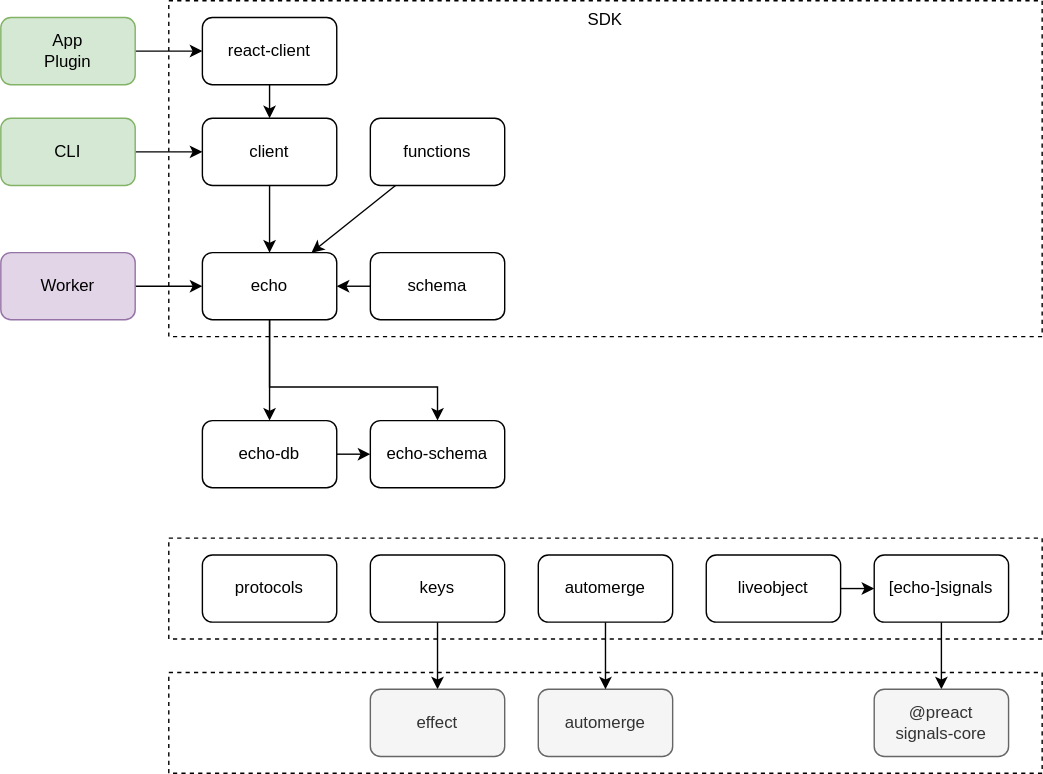
Before: packages/core/echo/echo/docs/dependencies.drawio.svg, a diagram exported from draw.io (dxos/dxos). Source tidied: cells renumbered, new cells last; positions are measured from the earlier drawing's top-left corner, leaving out a move shared by most shapes. Source of this version:
```xml
<mxGraphModel>
  <root>
    <mxCell id="0" />
    <mxCell id="1" parent="0" />
    <mxCell id="2" value="SDK" style="rounded=0;whiteSpace=wrap;html=1;fillColor=none;dashed=1;verticalAlign=top;" parent="1" vertex="1">
      <mxGeometry x="120" width="624" height="240" as="geometry" />
    </mxCell>
    <mxCell id="3" style="rounded=0;whiteSpace=wrap;html=1;fillColor=none;dashed=1;" parent="1" vertex="1">
      <mxGeometry x="120" y="480" width="624" height="72" as="geometry" />
    </mxCell>
    <mxCell id="4" style="rounded=0;whiteSpace=wrap;html=1;fillColor=none;dashed=1;" parent="1" vertex="1">
      <mxGeometry x="120" y="384" width="624" height="72" as="geometry" />
    </mxCell>
    <mxCell id="5" style="edgeStyle=none;html=1;" parent="1" edge="1" source="7" target="21">
      <mxGeometry relative="1" as="geometry" />
    </mxCell>
    <mxCell id="6" style="edgeStyle=none;html=1;rounded=0;curved=0;" parent="1" edge="1" source="7" target="26">
      <mxGeometry relative="1" as="geometry">
        <Array as="points">
          <mxPoint x="192" y="276" />
          <mxPoint x="312" y="276" />
        </Array>
      </mxGeometry>
    </mxCell>
    <mxCell id="7" value="echo" style="rounded=1;whiteSpace=wrap;html=1;" parent="1" vertex="1">
      <mxGeometry x="144" y="180" width="96" height="48" as="geometry" />
    </mxCell>
    <mxCell id="8" style="edgeStyle=none;html=1;" parent="1" edge="1" source="9" target="10">
      <mxGeometry relative="1" as="geometry" />
    </mxCell>
    <mxCell id="9" value="keys" style="rounded=1;whiteSpace=wrap;html=1;" parent="1" vertex="1">
      <mxGeometry x="264" y="396" width="96" height="48" as="geometry" />
    </mxCell>
    <mxCell id="10" value="effect" style="rounded=1;whiteSpace=wrap;html=1;fillColor=#f5f5f5;fontColor=#333333;strokeColor=#666666;" parent="1" vertex="1">
      <mxGeometry x="264" y="492" width="96" height="48" as="geometry" />
    </mxCell>
    <mxCell id="11" value="automerge" style="rounded=1;whiteSpace=wrap;html=1;fillColor=#f5f5f5;strokeColor=#666666;fontColor=#333333;" parent="1" vertex="1">
      <mxGeometry x="384" y="492" width="96" height="48" as="geometry" />
    </mxCell>
    <mxCell id="12" style="edgeStyle=none;html=1;" parent="1" edge="1" source="13" target="7">
      <mxGeometry relative="1" as="geometry" />
    </mxCell>
    <mxCell id="13" value="client" style="rounded=1;whiteSpace=wrap;html=1;" parent="1" vertex="1">
      <mxGeometry x="144" y="84" width="96" height="48" as="geometry" />
    </mxCell>
    <mxCell id="14" style="edgeStyle=none;html=1;" parent="1" edge="1" source="15" target="13">
      <mxGeometry relative="1" as="geometry" />
    </mxCell>
    <mxCell id="15" value="react-client" style="rounded=1;whiteSpace=wrap;html=1;" parent="1" vertex="1">
      <mxGeometry x="144" y="12" width="96" height="48" as="geometry" />
    </mxCell>
    <mxCell id="16" style="edgeStyle=none;html=1;" parent="1" edge="1" source="17" target="7">
      <mxGeometry relative="1" as="geometry" />
    </mxCell>
    <mxCell id="17" value="schema" style="rounded=1;whiteSpace=wrap;html=1;" parent="1" vertex="1">
      <mxGeometry x="264" y="180" width="96" height="48" as="geometry" />
    </mxCell>
    <mxCell id="18" style="edgeStyle=none;html=1;exitX=1;exitY=0.5;exitDx=0;exitDy=0;" parent="1" edge="1" source="19" target="28">
      <mxGeometry relative="1" as="geometry" />
    </mxCell>
    <mxCell id="19" value="liveobject" style="rounded=1;whiteSpace=wrap;html=1;" parent="1" vertex="1">
      <mxGeometry x="504" y="396" width="96" height="48" as="geometry" />
    </mxCell>
    <mxCell id="20" style="edgeStyle=none;html=1;exitX=1;exitY=0.5;exitDx=0;exitDy=0;" parent="1" edge="1" source="21" target="26">
      <mxGeometry relative="1" as="geometry" />
    </mxCell>
    <mxCell id="21" value="echo-db" style="rounded=1;whiteSpace=wrap;html=1;" parent="1" vertex="1">
      <mxGeometry x="144" y="300" width="96" height="48" as="geometry" />
    </mxCell>
    <mxCell id="22" style="edgeStyle=none;html=1;" parent="1" edge="1" source="23" target="15">
      <mxGeometry relative="1" as="geometry" />
    </mxCell>
    <mxCell id="23" value="App&lt;br&gt;Plugin" style="rounded=1;whiteSpace=wrap;html=1;fillColor=#d5e8d4;strokeColor=#82b366;" parent="1" vertex="1">
      <mxGeometry y="12" width="96" height="48" as="geometry" />
    </mxCell>
    <mxCell id="24" style="edgeStyle=none;html=1;" parent="1" edge="1" source="25" target="7">
      <mxGeometry relative="1" as="geometry">
        <Array as="points">
          <mxPoint x="120" y="204" />
        </Array>
      </mxGeometry>
    </mxCell>
    <mxCell id="25" value="Worker" style="rounded=1;whiteSpace=wrap;html=1;fillColor=#e1d5e7;strokeColor=#9673a6;" parent="1" vertex="1">
      <mxGeometry y="180" width="96" height="48" as="geometry" />
    </mxCell>
    <mxCell id="26" value="echo-schema" style="rounded=1;whiteSpace=wrap;html=1;" parent="1" vertex="1">
      <mxGeometry x="264" y="300" width="96" height="48" as="geometry" />
    </mxCell>
    <mxCell id="27" style="edgeStyle=none;html=1;" parent="1" edge="1" source="28" target="29">
      <mxGeometry relative="1" as="geometry" />
    </mxCell>
    <mxCell id="28" value="[echo-]signals" style="rounded=1;whiteSpace=wrap;html=1;" parent="1" vertex="1">
      <mxGeometry x="624" y="396" width="96" height="48" as="geometry" />
    </mxCell>
    <mxCell id="29" value="@preact&lt;br&gt;signals-core" style="rounded=1;whiteSpace=wrap;html=1;fillColor=#f5f5f5;fontColor=#333333;strokeColor=#666666;" parent="1" vertex="1">
      <mxGeometry x="624" y="492" width="96" height="48" as="geometry" />
    </mxCell>
    <mxCell id="30" style="edgeStyle=none;html=1;" parent="1" edge="1" source="31" target="11">
      <mxGeometry relative="1" as="geometry" />
    </mxCell>
    <mxCell id="31" value="automerge" style="rounded=1;whiteSpace=wrap;html=1;" parent="1" vertex="1">
      <mxGeometry x="384" y="396" width="96" height="48" as="geometry" />
    </mxCell>
    <mxCell id="32" value="protocols" style="rounded=1;whiteSpace=wrap;html=1;" parent="1" vertex="1">
      <mxGeometry x="144" y="396" width="96" height="48" as="geometry" />
    </mxCell>
    <mxCell id="33" style="edgeStyle=none;html=1;" parent="1" edge="1" source="34" target="13">
      <mxGeometry relative="1" as="geometry" />
    </mxCell>
    <mxCell id="34" value="CLI" style="rounded=1;whiteSpace=wrap;html=1;fillColor=#d5e8d4;strokeColor=#82b366;" parent="1" vertex="1">
      <mxGeometry y="84" width="96" height="48" as="geometry" />
    </mxCell>
    <mxCell id="35" style="edgeStyle=none;html=1;" parent="1" edge="1" source="36" target="7">
      <mxGeometry relative="1" as="geometry" />
    </mxCell>
    <mxCell id="36" value="functions" style="rounded=1;whiteSpace=wrap;html=1;" parent="1" vertex="1">
      <mxGeometry x="264" y="84" width="96" height="48" as="geometry" />
    </mxCell>
  </root>
</mxGraphModel>
```
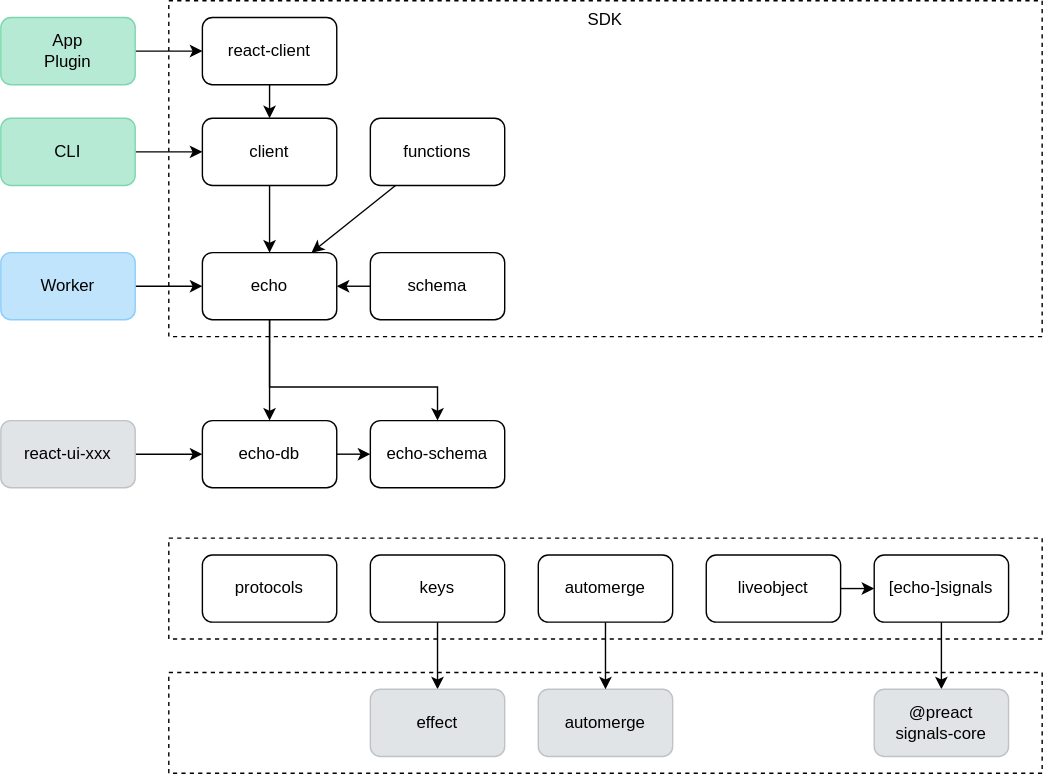
Later version of the same file.

What changed in the source:
```diff
@@ -31,10 +31,10 @@
     <mxCell id="9" value="keys" style="rounded=1;whiteSpace=wrap;html=1;" parent="1" vertex="1">
       <mxGeometry x="264" y="396" width="96" height="48" as="geometry" />
     </mxCell>
-    <mxCell id="10" value="effect" style="rounded=1;whiteSpace=wrap;html=1;fillColor=#f5f5f5;fontColor=#333333;strokeColor=#666666;" parent="1" vertex="1">
+    <mxCell id="10" value="effect" style="rounded=1;whiteSpace=wrap;html=1;fillColor=#E1E4E6;fontColor=#000000;strokeColor=#C0C3C5;" parent="1" vertex="1">
       <mxGeometry x="264" y="492" width="96" height="48" as="geometry" />
     </mxCell>
-    <mxCell id="11" value="automerge" style="rounded=1;whiteSpace=wrap;html=1;fillColor=#f5f5f5;strokeColor=#666666;fontColor=#333333;" parent="1" vertex="1">
+    <mxCell id="11" value="automerge" style="rounded=1;whiteSpace=wrap;html=1;fillColor=#E1E4E6;strokeColor=#C0C3C5;fontColor=#000000;" parent="1" vertex="1">
       <mxGeometry x="384" y="492" width="96" height="48" as="geometry" />
     </mxCell>
     <mxCell id="12" style="edgeStyle=none;html=1;" parent="1" edge="1" source="13" target="7">
@@ -70,7 +70,7 @@
     <mxCell id="22" style="edgeStyle=none;html=1;" parent="1" edge="1" source="23" target="15">
       <mxGeometry relative="1" as="geometry" />
     </mxCell>
-    <mxCell id="23" value="App&lt;br&gt;Plugin" style="rounded=1;whiteSpace=wrap;html=1;fillColor=#d5e8d4;strokeColor=#82b366;" parent="1" vertex="1">
+    <mxCell id="23" value="App&lt;br&gt;Plugin" style="rounded=1;whiteSpace=wrap;html=1;fillColor=#B6EAD5;strokeColor=#7CD7AF;fontColor=#000000;" parent="1" vertex="1">
       <mxGeometry y="12" width="96" height="48" as="geometry" />
     </mxCell>
     <mxCell id="24" style="edgeStyle=none;html=1;" parent="1" edge="1" source="25" target="7">
@@ -80,7 +80,7 @@
         </Array>
       </mxGeometry>
     </mxCell>
-    <mxCell id="25" value="Worker" style="rounded=1;whiteSpace=wrap;html=1;fillColor=#e1d5e7;strokeColor=#9673a6;" parent="1" vertex="1">
+    <mxCell id="25" value="Worker" style="rounded=1;whiteSpace=wrap;html=1;fillColor=#C0E4FC;strokeColor=#8DCDFA;fontColor=#000000;" parent="1" vertex="1">
       <mxGeometry y="180" width="96" height="48" as="geometry" />
     </mxCell>
     <mxCell id="26" value="echo-schema" style="rounded=1;whiteSpace=wrap;html=1;" parent="1" vertex="1">
@@ -92,7 +92,7 @@
     <mxCell id="28" value="[echo-]signals" style="rounded=1;whiteSpace=wrap;html=1;" parent="1" vertex="1">
       <mxGeometry x="624" y="396" width="96" height="48" as="geometry" />
     </mxCell>
-    <mxCell id="29" value="@preact&lt;br&gt;signals-core" style="rounded=1;whiteSpace=wrap;html=1;fillColor=#f5f5f5;fontColor=#333333;strokeColor=#666666;" parent="1" vertex="1">
+    <mxCell id="29" value="@preact&lt;br&gt;signals-core" style="rounded=1;whiteSpace=wrap;html=1;fillColor=#E1E4E6;fontColor=#000000;strokeColor=#C0C3C5;" parent="1" vertex="1">
       <mxGeometry x="624" y="492" width="96" height="48" as="geometry" />
     </mxCell>
     <mxCell id="30" style="edgeStyle=none;html=1;" parent="1" edge="1" source="31" target="11">
@@ -107,7 +107,7 @@
     <mxCell id="33" style="edgeStyle=none;html=1;" parent="1" edge="1" source="34" target="13">
       <mxGeometry relative="1" as="geometry" />
     </mxCell>
-    <mxCell id="34" value="CLI" style="rounded=1;whiteSpace=wrap;html=1;fillColor=#d5e8d4;strokeColor=#82b366;" parent="1" vertex="1">
+    <mxCell id="34" value="CLI" style="rounded=1;whiteSpace=wrap;html=1;fillColor=#B6EAD5;strokeColor=#7CD7AF;fontColor=#000000;" parent="1" vertex="1">
       <mxGeometry y="84" width="96" height="48" as="geometry" />
     </mxCell>
     <mxCell id="35" style="edgeStyle=none;html=1;" parent="1" edge="1" source="36" target="7">
@@ -116,5 +116,11 @@
     <mxCell id="36" value="functions" style="rounded=1;whiteSpace=wrap;html=1;" parent="1" vertex="1">
       <mxGeometry x="264" y="84" width="96" height="48" as="geometry" />
     </mxCell>
+    <mxCell id="37" style="edgeStyle=none;html=1;exitX=1;exitY=0.5;exitDx=0;exitDy=0;" parent="1" edge="1" source="38" target="21">
+      <mxGeometry relative="1" as="geometry" />
+    </mxCell>
+    <mxCell id="38" value="react-ui-xxx" style="rounded=1;whiteSpace=wrap;html=1;fillColor=#E1E4E6;strokeColor=#C0C3C5;fontColor=#000000;" parent="1" vertex="1">
+      <mxGeometry y="300" width="96" height="48" as="geometry" />
+    </mxCell>
   </root>
 </mxGraphModel>
```
